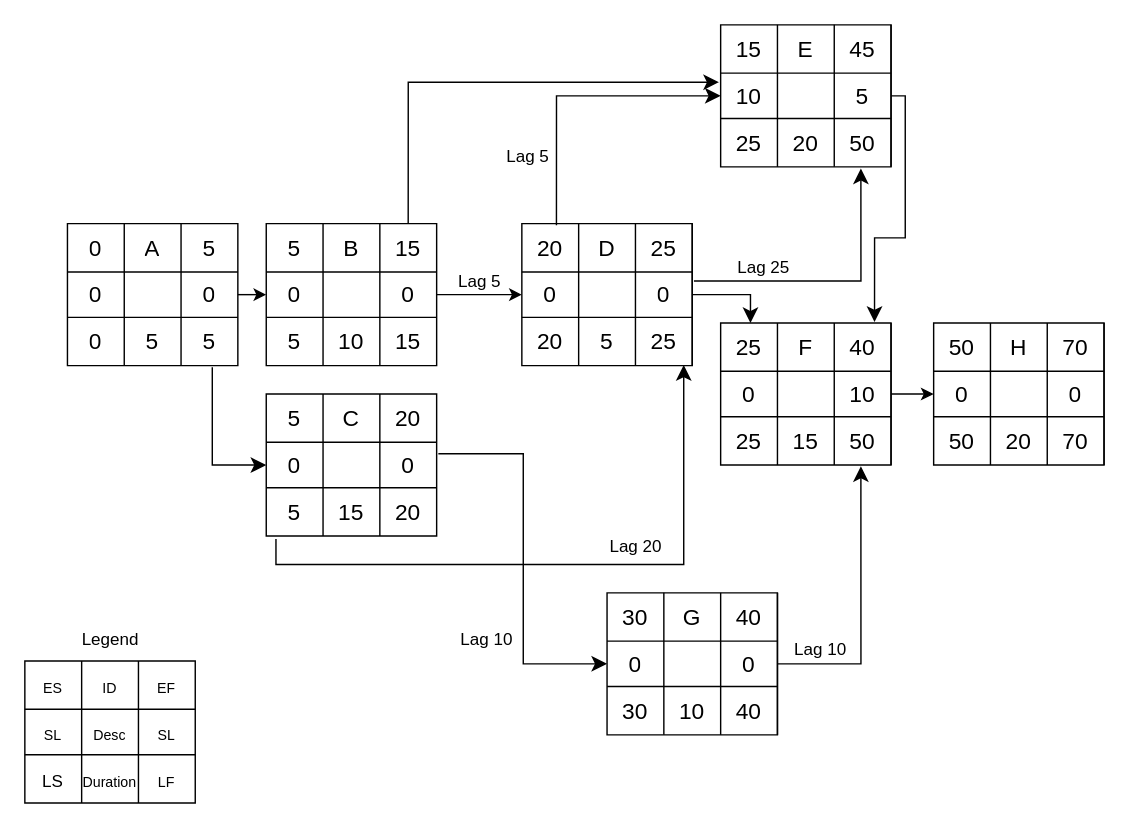
Earlier version of the draw.io diagram tuto2wix2002q2.drawio (justn0thinghere/drawio). Source tidied: cells renumbered, new cells numbered last; positions are measured from the earlier drawing's top-left corner, leaving out a move shared by most shapes. Both pictures are drawn from the tidied source at 142%, with x=0, y=0 at pixel (24, 24).
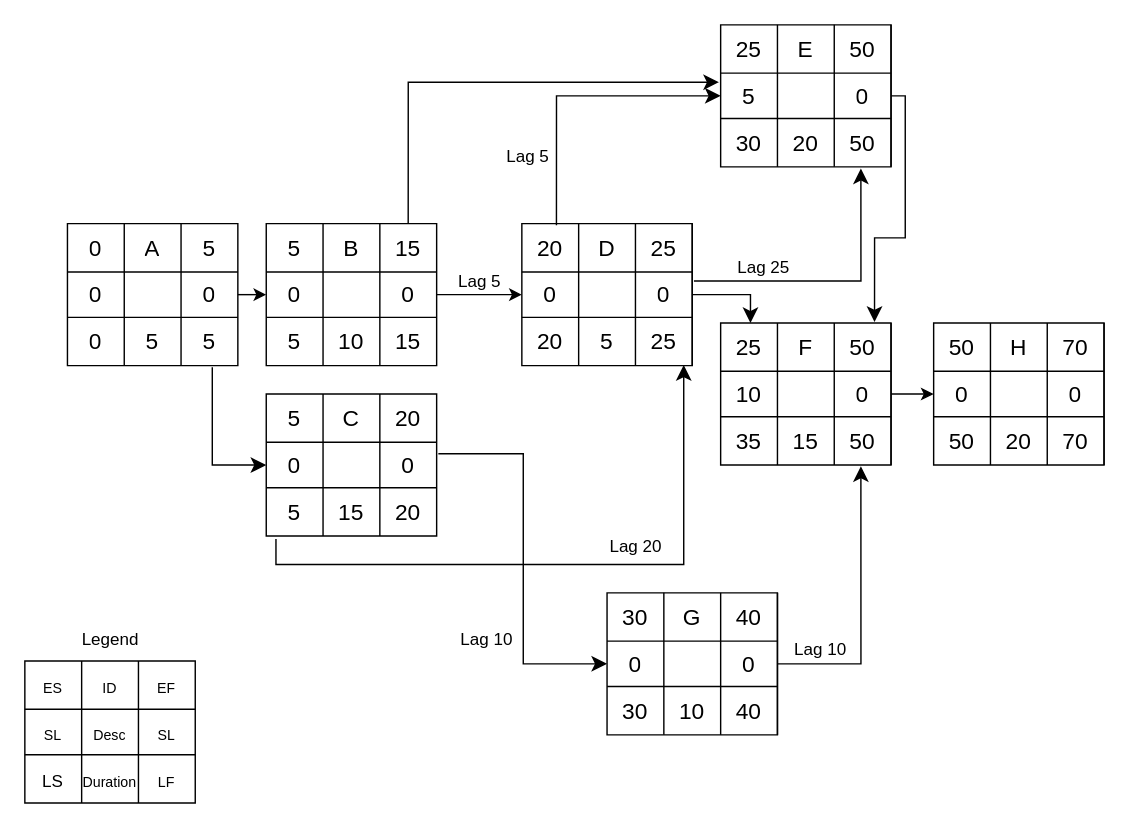
The same page after the edit.

The change refers to these unchanged cells:
```xml
<mxCell id="76" style="shape=tableRow;horizontal=0;startSize=0;swimlaneHead=0;swimlaneBody=0;strokeColor=inherit;top=0;left=0;bottom=0;right=0;fillColor=none;fontSize=16;" parent="75" vertex="1">
  <mxGeometry width="120" height="34" as="geometry" />
</mxCell>
<mxCell id="80" style="shape=tableRow;horizontal=0;startSize=0;swimlaneHead=0;swimlaneBody=0;strokeColor=inherit;top=0;left=0;bottom=0;right=0;fillColor=none;points=[[0,0.5],[1,0.5]];portConstraint=eastwest;fontSize=16;" parent="75" vertex="1">
  <mxGeometry y="34" width="120" height="32" as="geometry" />
</mxCell>
<mxCell id="84" style="shape=tableRow;horizontal=0;startSize=0;swimlaneHead=0;swimlaneBody=0;strokeColor=inherit;top=0;left=0;bottom=0;right=0;fillColor=none;points=[[0,0.5],[1,0.5]];portConstraint=eastwest;fontSize=16;" parent="75" vertex="1">
  <mxGeometry y="66" width="120" height="34" as="geometry" />
</mxCell>
<mxCell id="95" style="shape=tableRow;horizontal=0;startSize=0;swimlaneHead=0;swimlaneBody=0;strokeColor=inherit;top=0;left=0;bottom=0;right=0;fillColor=none;points=[[0,0.5],[1,0.5]];portConstraint=eastwest;fontSize=16;" parent="94" vertex="1">
  <mxGeometry width="120" height="34" as="geometry" />
</mxCell>
<mxCell id="99" style="shape=tableRow;horizontal=0;startSize=0;swimlaneHead=0;swimlaneBody=0;strokeColor=inherit;top=0;left=0;bottom=0;right=0;fillColor=none;points=[[0,0.5],[1,0.5]];portConstraint=eastwest;fontSize=16;" parent="94" vertex="1">
  <mxGeometry y="34" width="120" height="32" as="geometry" />
</mxCell>
<mxCell id="103" style="shape=tableRow;horizontal=0;startSize=0;swimlaneHead=0;swimlaneBody=0;strokeColor=inherit;top=0;left=0;bottom=0;right=0;fillColor=none;points=[[0,0.5],[1,0.5]];portConstraint=eastwest;fontSize=16;" parent="94" vertex="1">
  <mxGeometry y="66" width="120" height="34" as="geometry" />
</mxCell>
```

Change to the diagram source:
```diff
@@
-    <mxCell id="77" value="15" style="shape=partialRectangle;html=1;whiteSpace=wrap;strokeColor=inherit;overflow=hidden;fillColor=none;top=0;left=0;bottom=0;right=0;fontSize=16;" parent="76" vertex="1">
+    <mxCell id="77" value="25" style="shape=partialRectangle;html=1;whiteSpace=wrap;strokeColor=inherit;overflow=hidden;fillColor=none;top=0;left=0;bottom=0;right=0;fontSize=16;" parent="76" vertex="1">
       <mxGeometry width="40" height="34" as="geometry" />
     </mxCell>
@@
-    <mxCell id="79" value="45" style="shape=partialRectangle;html=1;whiteSpace=wrap;strokeColor=inherit;overflow=hidden;fillColor=none;top=0;left=0;bottom=0;right=0;fontSize=16;" parent="76" vertex="1">
+    <mxCell id="79" value="50" style="shape=partialRectangle;html=1;whiteSpace=wrap;strokeColor=inherit;overflow=hidden;fillColor=none;top=0;left=0;bottom=0;right=0;fontSize=16;" parent="76" vertex="1">
       <mxGeometry x="80" width="40" height="34" as="geometry" />
     </mxCell>
@@
-    <mxCell id="81" value="10" style="shape=partialRectangle;html=1;whiteSpace=wrap;strokeColor=inherit;overflow=hidden;fillColor=none;top=0;left=0;bottom=0;right=0;fontSize=16;" parent="80" vertex="1">
+    <mxCell id="81" value="5" style="shape=partialRectangle;html=1;whiteSpace=wrap;strokeColor=inherit;overflow=hidden;fillColor=none;top=0;left=0;bottom=0;right=0;fontSize=16;" parent="80" vertex="1">
       <mxGeometry width="40" height="32" as="geometry" />
     </mxCell>
@@
-    <mxCell id="83" value="5" style="shape=partialRectangle;html=1;whiteSpace=wrap;strokeColor=inherit;overflow=hidden;fillColor=none;top=0;left=0;bottom=0;right=0;fontSize=16;" parent="80" vertex="1">
+    <mxCell id="83" value="0" style="shape=partialRectangle;html=1;whiteSpace=wrap;strokeColor=inherit;overflow=hidden;fillColor=none;top=0;left=0;bottom=0;right=0;fontSize=16;" parent="80" vertex="1">
       <mxGeometry x="80" width="40" height="32" as="geometry" />
     </mxCell>
@@
-    <mxCell id="85" value="25" style="shape=partialRectangle;html=1;whiteSpace=wrap;strokeColor=inherit;overflow=hidden;fillColor=none;top=0;left=0;bottom=0;right=0;fontSize=16;" parent="84" vertex="1">
+    <mxCell id="85" value="30" style="shape=partialRectangle;html=1;whiteSpace=wrap;strokeColor=inherit;overflow=hidden;fillColor=none;top=0;left=0;bottom=0;right=0;fontSize=16;" parent="84" vertex="1">
       <mxGeometry width="40" height="34" as="geometry" />
     </mxCell>
@@
-    <mxCell id="98" value="40" style="shape=partialRectangle;html=1;whiteSpace=wrap;strokeColor=inherit;overflow=hidden;fillColor=none;top=0;left=0;bottom=0;right=0;fontSize=16;" parent="95" vertex="1">
+    <mxCell id="98" value="50" style="shape=partialRectangle;html=1;whiteSpace=wrap;strokeColor=inherit;overflow=hidden;fillColor=none;top=0;left=0;bottom=0;right=0;fontSize=16;" parent="95" vertex="1">
       <mxGeometry x="80" width="40" height="34" as="geometry" />
     </mxCell>
@@
-    <mxCell id="100" value="0" style="shape=partialRectangle;html=1;whiteSpace=wrap;strokeColor=inherit;overflow=hidden;fillColor=none;top=0;left=0;bottom=0;right=0;fontSize=16;" parent="99" vertex="1">
+    <mxCell id="100" value="10" style="shape=partialRectangle;html=1;whiteSpace=wrap;strokeColor=inherit;overflow=hidden;fillColor=none;top=0;left=0;bottom=0;right=0;fontSize=16;" parent="99" vertex="1">
       <mxGeometry width="40" height="32" as="geometry" />
     </mxCell>
@@
-    <mxCell id="102" value="10" style="shape=partialRectangle;html=1;whiteSpace=wrap;strokeColor=inherit;overflow=hidden;fillColor=none;top=0;left=0;bottom=0;right=0;fontSize=16;" parent="99" vertex="1">
+    <mxCell id="102" value="0" style="shape=partialRectangle;html=1;whiteSpace=wrap;strokeColor=inherit;overflow=hidden;fillColor=none;top=0;left=0;bottom=0;right=0;fontSize=16;" parent="99" vertex="1">
       <mxGeometry x="80" width="40" height="32" as="geometry" />
     </mxCell>
@@
-    <mxCell id="104" value="25" style="shape=partialRectangle;html=1;whiteSpace=wrap;strokeColor=inherit;overflow=hidden;fillColor=none;top=0;left=0;bottom=0;right=0;fontSize=16;" parent="103" vertex="1">
+    <mxCell id="104" value="35" style="shape=partialRectangle;html=1;whiteSpace=wrap;strokeColor=inherit;overflow=hidden;fillColor=none;top=0;left=0;bottom=0;right=0;fontSize=16;" parent="103" vertex="1">
       <mxGeometry width="40" height="34" as="geometry" />
     </mxCell>
```
